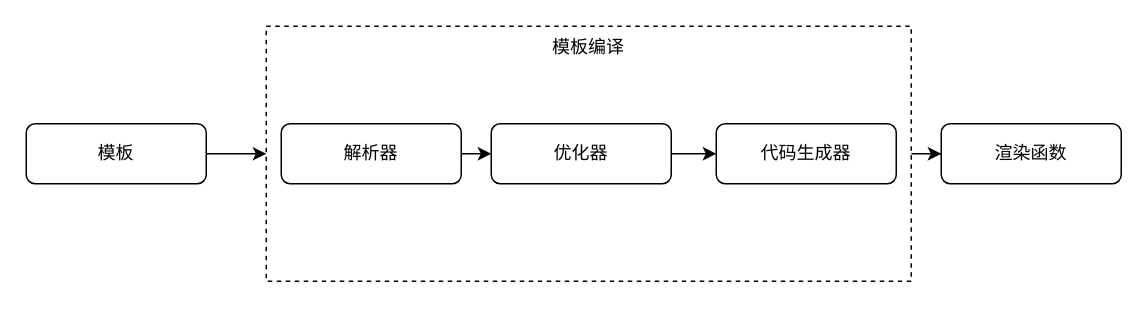
Earlier version of the draw.io diagram page "Page-1" (1 of 2) of vue.drawio (wuli2496/material). Source tidied: cells renumbered, new cells numbered last; positions are measured from the earlier drawing's top-left corner, leaving out a move shared by most shapes. Both pictures are drawn from the tidied source at 150%, with x=0, y=0 at pixel (26, 26).
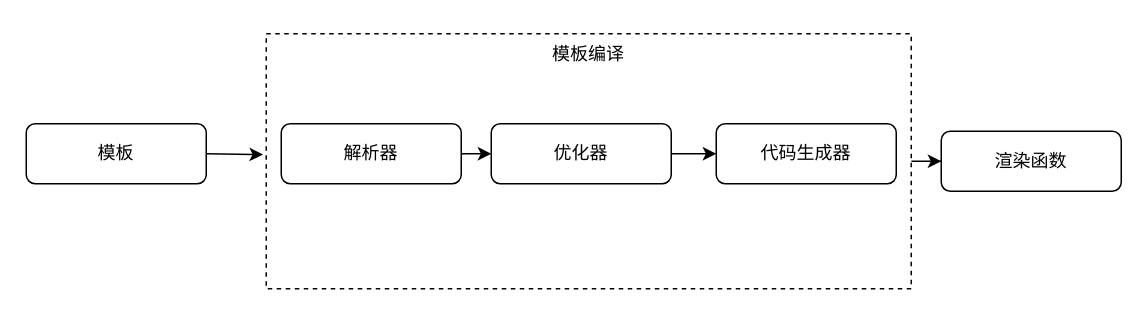
The same page after the edit.

Commit message:
vue相关放在一起

Change to the diagram source:
```diff
@@
 <mxGraphModel>
   <root>
     <mxCell id="0" />
     <mxCell id="1" parent="0" />
     <mxCell id="2" value="模板" style="rounded=1;whiteSpace=wrap;html=1;fontSize=12;glass=0;strokeWidth=1;shadow=0;" parent="1" vertex="1">
       <mxGeometry y="65" width="120" height="40" as="geometry" />
     </mxCell>
     <mxCell id="3" style="edgeStyle=orthogonalEdgeStyle;rounded=0;jettySize=auto;html=1;" parent="1" edge="1" source="4" target="10">
       <mxGeometry relative="1" as="geometry" />
     </mxCell>
     <mxCell id="4" value="模板编译" style="rounded=0;whiteSpace=wrap;html=1;dashed=1;fillColor=#FFFFFF;verticalAlign=top;" parent="1" vertex="1">
-      <mxGeometry x="160" width="430" height="170" as="geometry" />
+      <mxGeometry x="160" y="5" width="430" height="170" as="geometry" />
     </mxCell>
     <mxCell id="5" value="解析器" style="rounded=1;whiteSpace=wrap;html=1;fontSize=12;glass=0;strokeWidth=1;shadow=0;" parent="1" vertex="1">
       <mxGeometry x="170" y="65" width="120" height="40" as="geometry" />
     </mxCell>
     <mxCell id="6" style="edgeStyle=orthogonalEdgeStyle;rounded=0;jettySize=auto;html=1;" parent="1" edge="1" source="7" target="8">
       <mxGeometry relative="1" as="geometry" />
     </mxCell>
     <mxCell id="7" value="优化器" style="rounded=1;whiteSpace=wrap;html=1;fontSize=12;glass=0;strokeWidth=1;shadow=0;" parent="1" vertex="1">
       <mxGeometry x="310" y="65" width="120" height="40" as="geometry" />
     </mxCell>
     <mxCell id="8" value="代码生成器" style="rounded=1;whiteSpace=wrap;html=1;fontSize=12;glass=0;strokeWidth=1;shadow=0;" parent="1" vertex="1">
       <mxGeometry x="460" y="65" width="120" height="40" as="geometry" />
     </mxCell>
     <mxCell id="9" style="endArrow=classic;html=1;rounded=0;exitX=1;exitY=0.5;exitDx=0;exitDy=0;" parent="1" edge="1" source="5" target="7">
       <mxGeometry relative="1" as="geometry" />
     </mxCell>
     <mxCell id="10" value="渲染函数" style="rounded=1;whiteSpace=wrap;html=1;fontSize=12;glass=0;strokeWidth=1;shadow=0;" parent="1" vertex="1">
-      <mxGeometry x="610" y="65" width="120" height="40" as="geometry" />
+      <mxGeometry x="610" y="70" width="120" height="40" as="geometry" />
     </mxCell>
-    <mxCell id="11" style="endArrow=classic;html=1;rounded=0;exitX=1;exitY=0.5;exitDx=0;exitDy=0;entryX=0;entryY=0.5;entryDx=0;entryDy=0;" parent="1" edge="1" source="2" target="4">
+    <mxCell id="11" style="endArrow=classic;html=1;rounded=0;exitX=1;exitY=0.5;exitDx=0;exitDy=0;entryX=-0.005;entryY=0.474;entryDx=0;entryDy=0;entryPerimeter=0;" parent="1" edge="1" source="2" target="4">
       <mxGeometry relative="1" as="geometry" />
     </mxCell>
   </root>
 </mxGraphModel>
```
